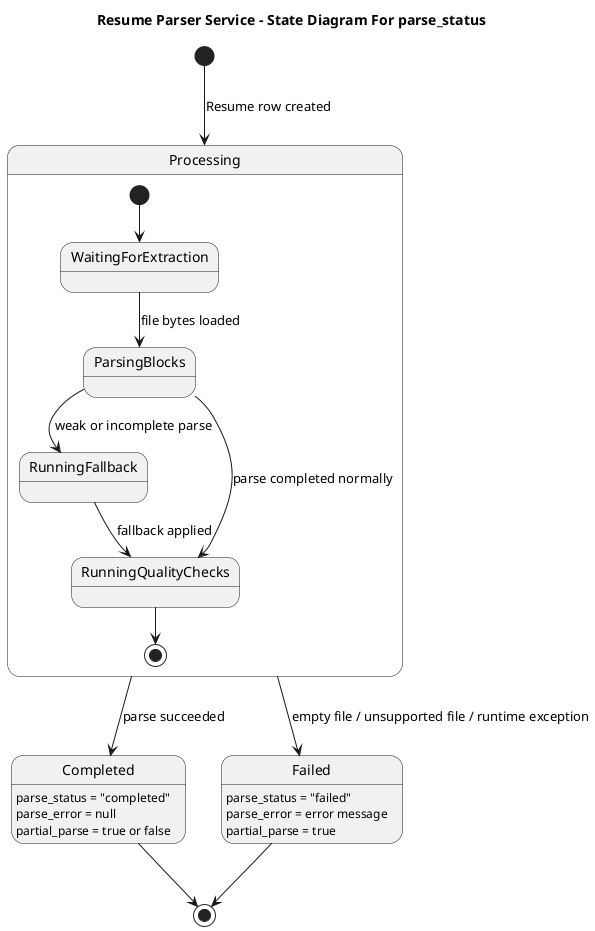
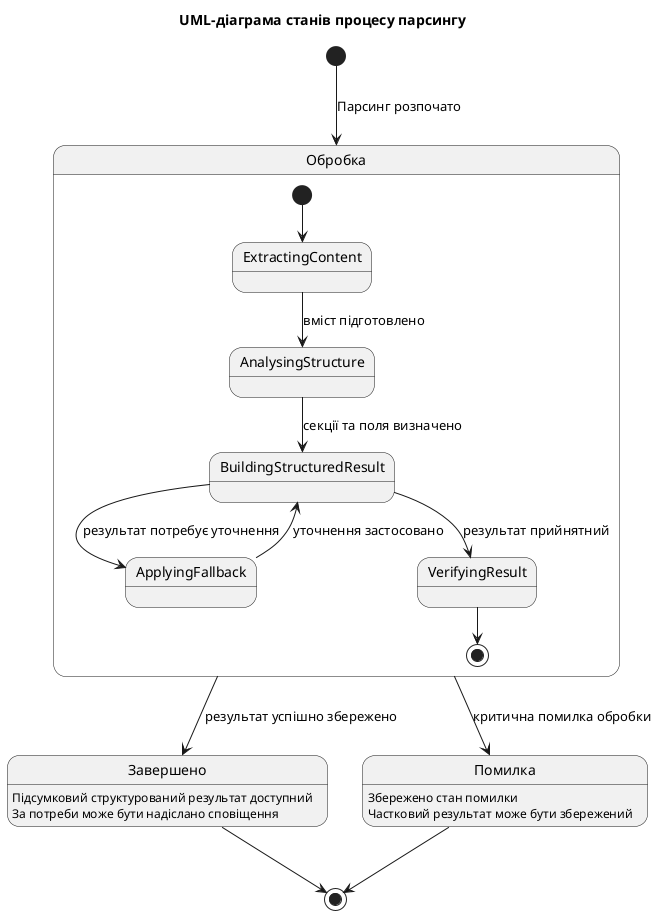
@startuml
- title Resume Parser Service - State Diagram For parse_status
+ title UML-діаграма станів процесу парсингу

- [*] --> Processing : Resume row created
+ [*] --> Processing : Парсинг розпочато

- state Processing {
-   [*] --> WaitingForExtraction
-   WaitingForExtraction --> ParsingBlocks : file bytes loaded
-   ParsingBlocks --> RunningFallback : weak or incomplete parse
-   ParsingBlocks --> RunningQualityChecks : parse completed normally
-   RunningFallback --> RunningQualityChecks : fallback applied
-   RunningQualityChecks --> [*]
+ state "Обробка" as Processing {
+   [*] --> ExtractingContent
+   ExtractingContent --> AnalysingStructure : вміст підготовлено
+   AnalysingStructure --> BuildingStructuredResult : секції та поля визначено
+   BuildingStructuredResult --> ApplyingFallback : результат потребує уточнення
+   BuildingStructuredResult --> VerifyingResult : результат прийнятний
+   ApplyingFallback --> BuildingStructuredResult : уточнення застосовано
+   VerifyingResult --> [*]
}

- Processing --> Completed : parse succeeded
- Processing --> Failed : empty file / unsupported file / runtime exception
+ Processing --> Completed : результат успішно збережено
+ Processing --> Failed : критична помилка обробки

- Completed : parse_status = "completed"
- Completed : parse_error = null
- Completed : partial_parse = true or false
+ state "Завершено" as Completed
+ Completed : Підсумковий структурований результат доступний
+ Completed : За потреби може бути надіслано сповіщення

- Failed : parse_status = "failed"
- Failed : parse_error = error message
- Failed : partial_parse = true
+ state "Помилка" as Failed
+ Failed : Збережено стан помилки
+ Failed : Частковий результат може бути збережений

Completed --> [*]
Failed --> [*]
@enduml
